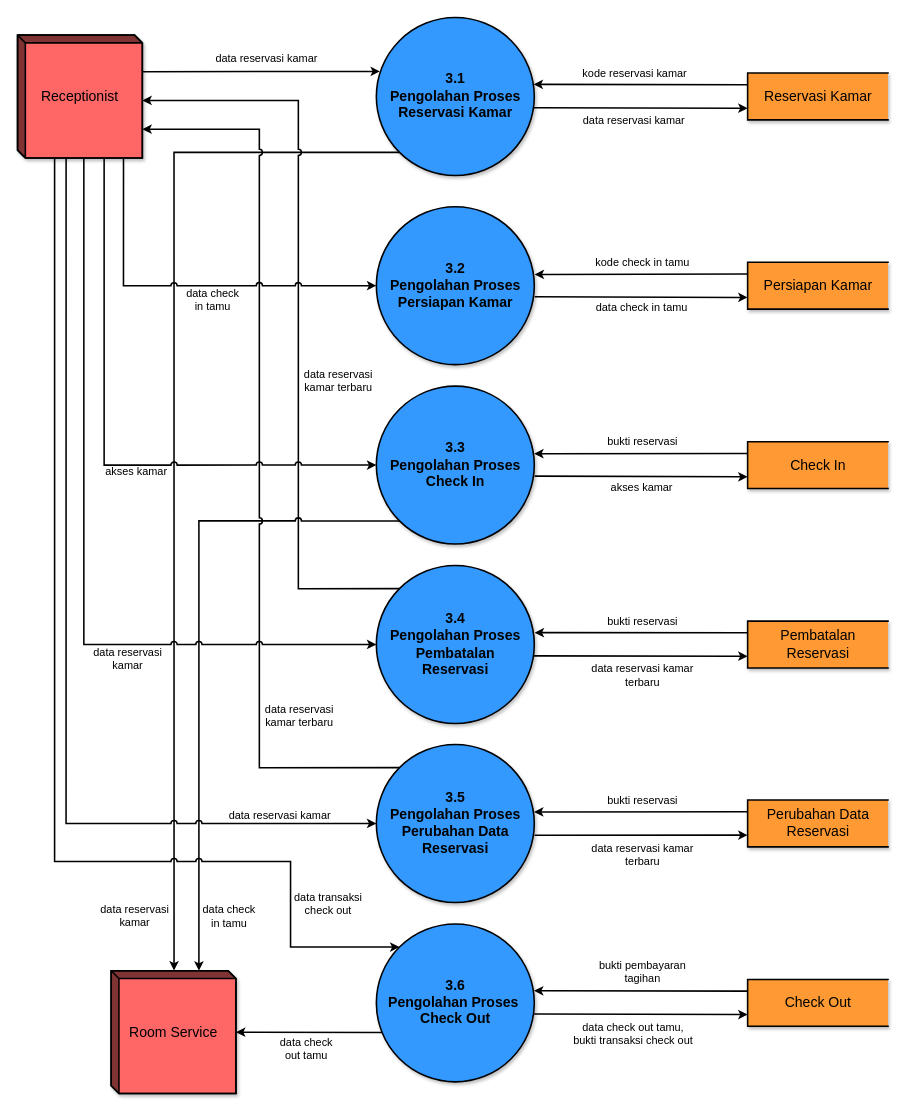
Above: page "DFD LVL 2 Process 3 - Pengolahan Proses" (6 of 7) of Sistem Pemesanan Kamar Hotel - Data Flow Diagram.drawio in trueazp/System-Design-Analysis (draw.io), before the change. Source tidied: cells renumbered, new cells numbered last; positions are measured from the earlier drawing's top-left corner, leaving out a move shared by most shapes. Both pictures are drawn from the tidied source at 78%, with x=0, y=0 at pixel (17, 17).
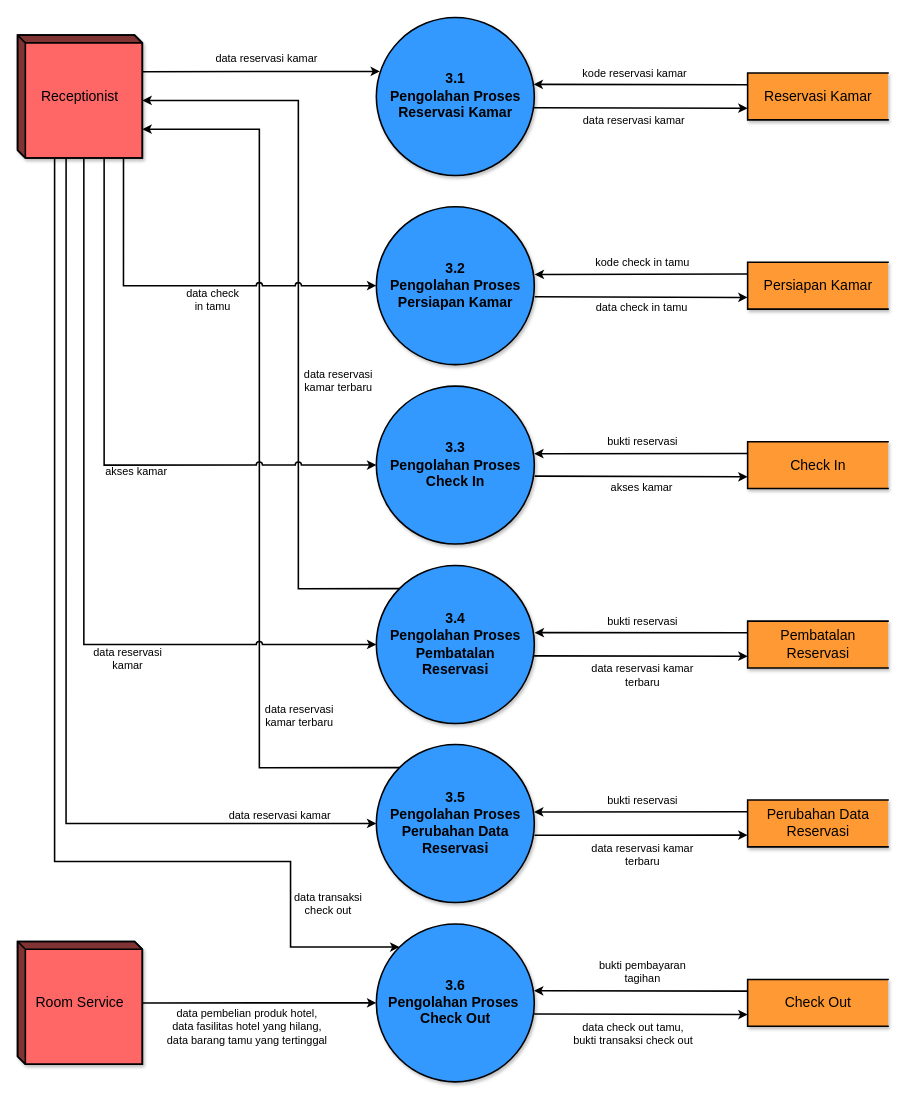
The same page after the edit.

Unchanged cells that the change refers to:
```xml
<mxCell id="4" value="3.1&lt;br style=&quot;font-size: 18px&quot;&gt;&lt;div&gt;Pengolahan Proses &lt;br&gt;&lt;/div&gt;&lt;div&gt;Reservasi Kamar&lt;br&gt;&lt;/div&gt;" style="shape=ellipse;html=1;dashed=0;whitespace=wrap;perimeter=ellipsePerimeter;shadow=1;labelBackgroundColor=none;fontFamily=Helvetica;fontSize=18;strokeWidth=2;fillColor=#3399FF;align=center;fontStyle=1;" parent="1" vertex="1">
  <mxGeometry x="460" width="202.5" height="202.5" as="geometry" />
</mxCell>
<mxCell id="10" value="3.3&lt;br style=&quot;font-size: 18px&quot;&gt;&lt;div&gt;Pengolahan Proses &lt;br&gt;&lt;/div&gt;&lt;div&gt;Check In&lt;br&gt;&lt;/div&gt;" style="shape=ellipse;html=1;dashed=0;whitespace=wrap;perimeter=ellipsePerimeter;shadow=1;labelBackgroundColor=none;fontFamily=Helvetica;fontSize=18;strokeWidth=2;fillColor=#3399FF;align=center;fontStyle=1;" parent="1" vertex="1">
  <mxGeometry x="460" y="472.5" width="202.5" height="202.5" as="geometry" />
</mxCell>
<mxCell id="12" value="3.6&lt;br style=&quot;font-size: 18px&quot;&gt;&lt;div&gt;Pengolahan Proses&amp;nbsp;&lt;/div&gt;&lt;div&gt;Check Out&lt;br&gt;&lt;/div&gt;" style="shape=ellipse;html=1;dashed=0;whitespace=wrap;perimeter=ellipsePerimeter;shadow=1;labelBackgroundColor=none;fontFamily=Helvetica;fontSize=18;strokeWidth=2;fillColor=#3399FF;align=center;fontStyle=1;" parent="1" vertex="1">
  <mxGeometry x="460" y="1162" width="202.5" height="202.5" as="geometry" />
</mxCell>
```

Change to the diagram source:
```diff
@@
-    <mxCell id="2" style="edgeStyle=orthogonalEdgeStyle;rounded=0;jumpStyle=arc;jettySize=auto;html=1;fontSize=14;startArrow=none;startFill=0;endArrow=classic;endFill=1;strokeWidth=2;exitX=0;exitY=1;exitDx=0;exitDy=0;entryX=0.504;entryY=-0.001;entryDx=0;entryDy=0;entryPerimeter=0;labelBackgroundColor=none;" parent="1" edge="1" source="4" target="61">
-      <mxGeometry relative="1" as="geometry">
-        <Array as="points">
-          <mxPoint x="201" y="173" />
-        </Array>
-      </mxGeometry>
-    </mxCell>
-    <mxCell id="3" value="&lt;div&gt;data reservasi &lt;br&gt;&lt;/div&gt;&lt;div&gt;kamar&lt;/div&gt;" style="edgeLabel;html=1;align=center;verticalAlign=middle;fontSize=14;labelBackgroundColor=none;" parent="2" vertex="1">
-      <mxGeometry x="0.89" y="-2" relative="1" as="geometry">
-        <mxPoint x="-49" y="2" as="offset" />
-      </mxGeometry>
-    </mxCell>
@@
-    <mxCell id="8" style="edgeStyle=orthogonalEdgeStyle;rounded=0;jumpStyle=arc;jettySize=auto;html=1;exitX=0;exitY=1;exitDx=0;exitDy=0;entryX=0;entryY=0;entryDx=112.5;entryDy=0;entryPerimeter=0;fontSize=14;startArrow=none;startFill=0;endArrow=classic;endFill=1;strokeWidth=2;labelBackgroundColor=none;" parent="1" edge="1" source="10" target="61">
-      <mxGeometry relative="1" as="geometry" />
-    </mxCell>
-    <mxCell id="9" value="&lt;div&gt;data check &lt;br&gt;&lt;/div&gt;&lt;div&gt;in tamu&lt;/div&gt;" style="edgeLabel;html=1;align=center;verticalAlign=middle;fontSize=14;labelBackgroundColor=none;" parent="8" vertex="1">
-      <mxGeometry x="0.83" y="-1" relative="1" as="geometry">
-        <mxPoint x="39" as="offset" />
-      </mxGeometry>
-    </mxCell>
@@
-    <mxCell id="59" style="edgeStyle=orthogonalEdgeStyle;rounded=0;jumpStyle=arc;jettySize=auto;html=1;entryX=0.04;entryY=0.687;entryDx=0;entryDy=0;entryPerimeter=0;fontSize=14;startArrow=classic;startFill=1;endArrow=none;endFill=0;strokeWidth=2;labelBackgroundColor=none;" parent="1" edge="1" source="61" target="12">
+    <mxCell id="59" style="edgeStyle=orthogonalEdgeStyle;rounded=0;jumpStyle=arc;jettySize=auto;html=1;entryX=0;entryY=0.5;entryDx=0;entryDy=0;fontSize=14;startArrow=none;startFill=0;endArrow=classic;endFill=1;strokeWidth=2;labelBackgroundColor=none;" parent="1" edge="1" source="61" target="12">
       <mxGeometry relative="1" as="geometry" />
     </mxCell>
-    <mxCell id="60" value="&lt;div&gt;data check &lt;br&gt;&lt;/div&gt;&lt;div&gt;out tamu&lt;/div&gt;" style="edgeLabel;html=1;align=center;verticalAlign=middle;fontSize=14;labelBackgroundColor=none;" parent="59" vertex="1">
+    <mxCell id="60" value="data pembelian produk hotel, &lt;br style=&quot;font-size: 14px&quot;&gt;data fasilitas hotel yang hilang, &lt;br style=&quot;font-size: 14px&quot;&gt;data barang tamu yang tertinggal" style="edgeLabel;html=1;align=center;verticalAlign=middle;fontSize=14;labelBackgroundColor=none;" parent="59" vertex="1">
       <mxGeometry x="-0.22" y="1" relative="1" as="geometry">
-        <mxPoint x="16" y="22" as="offset" />
+        <mxPoint x="16" y="31" as="offset" />
       </mxGeometry>
     </mxCell>
     <mxCell id="61" value="Room Service" style="html=1;dashed=0;whitespace=wrap;shape=mxgraph.dfd.externalEntity;shadow=1;labelBackgroundColor=none;fontFamily=Helvetica;fontSize=18;strokeWidth=2;fillColor=#FF6666;align=center;whiteSpace=wrap;" parent="1" vertex="1">
-      <mxGeometry x="120" y="1222" width="160" height="157.5" as="geometry" />
+      <mxGeometry y="1184.5" width="160" height="157.5" as="geometry" />
     </mxCell>
```
